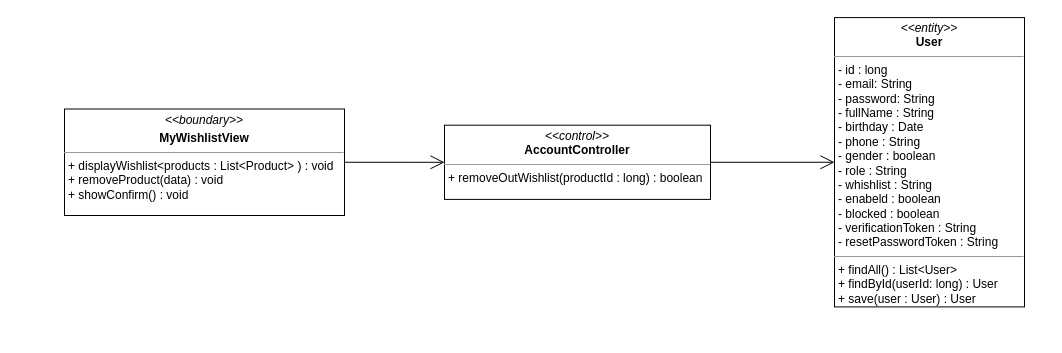
nguyenphamvan/datn_20202 keeps this draw.io diagram as class diagram/remove-product-to-wishlist.drawio. Above is the earlier version. Source tidied: cells renumbered, new cells numbered last; positions are measured from the earlier drawing's top-left corner, leaving out a move shared by most shapes. Both pictures are drawn from the tidied source at 100%, with x=0, y=0 at pixel (64, 17).
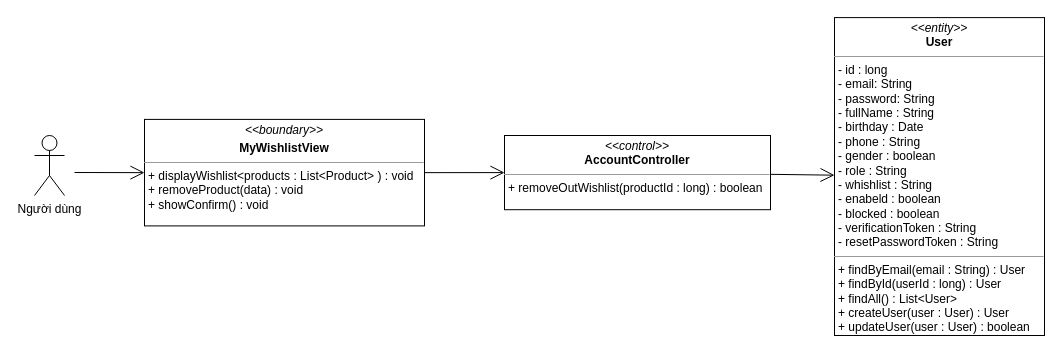
After the change.

Change to the diagram source:
```diff
@@
 <mxGraphModel>
   <root>
     <mxCell id="0" />
     <mxCell id="1" parent="0" />
     <mxCell id="2" value="&lt;p style=&quot;margin: 0px ; margin-top: 4px ; text-align: center&quot;&gt;&lt;i&gt;&amp;lt;&amp;lt;boundary&amp;gt;&amp;gt;&lt;/i&gt;&lt;/p&gt;&lt;p style=&quot;margin: 0px ; margin-top: 4px ; text-align: center&quot;&gt;&lt;b&gt;MyWishlistView&lt;/b&gt;&lt;/p&gt;&lt;hr size=&quot;1&quot;&gt;&lt;p style=&quot;margin: 0px ; margin-left: 4px&quot;&gt;&lt;span&gt;+ displayWishlist&amp;lt;products : List&amp;lt;Product&amp;gt; ) : void&lt;/span&gt;&lt;/p&gt;&lt;p style=&quot;margin: 0px ; margin-left: 4px&quot;&gt;&lt;span&gt;+ removeProduct(data) : void&lt;/span&gt;&lt;br&gt;&lt;/p&gt;&lt;p style=&quot;margin: 0px ; margin-left: 4px&quot;&gt;+ showConfirm() : void&lt;/p&gt;" style="verticalAlign=top;align=left;overflow=fill;fontSize=12;fontFamily=Helvetica;html=1;" parent="1" vertex="1">
-      <mxGeometry y="91.5" width="280" height="106.5" as="geometry" />
+      <mxGeometry x="80" y="101.9" width="280" height="106.5" as="geometry" />
     </mxCell>
     <mxCell id="3" value="&lt;p style=&quot;margin: 0px ; margin-top: 4px ; text-align: center&quot;&gt;&lt;i&gt;&amp;lt;&amp;lt;control&amp;gt;&amp;gt;&lt;/i&gt;&lt;br&gt;&lt;b&gt;AccountController&lt;/b&gt;&lt;/p&gt;&lt;hr size=&quot;1&quot;&gt;&lt;p style=&quot;margin: 0px ; margin-left: 4px&quot;&gt;&lt;span&gt;+ removeOutWishlist(productId : long) : boolean&lt;/span&gt;&lt;br&gt;&lt;/p&gt;" style="verticalAlign=top;align=left;overflow=fill;fontSize=12;fontFamily=Helvetica;html=1;" parent="1" vertex="1">
-      <mxGeometry x="380" y="107.7" width="266" height="74.2" as="geometry" />
+      <mxGeometry x="440" y="118" width="266" height="74.2" as="geometry" />
     </mxCell>
-    <mxCell id="4" value="&lt;p style=&quot;margin: 0px ; margin-top: 4px ; text-align: center&quot;&gt;&lt;i&gt;&amp;lt;&amp;lt;entity&amp;gt;&amp;gt;&lt;/i&gt;&lt;br&gt;&lt;b&gt;User&lt;/b&gt;&lt;/p&gt;&lt;hr size=&quot;1&quot;&gt;&lt;p style=&quot;margin: 0px ; margin-left: 4px&quot;&gt;- id : long&lt;/p&gt;&lt;p style=&quot;margin: 0px ; margin-left: 4px&quot;&gt;- email: String&lt;br&gt;- password: String&lt;/p&gt;&lt;p style=&quot;margin: 0px ; margin-left: 4px&quot;&gt;- fullName : String&lt;/p&gt;&lt;p style=&quot;margin: 0px ; margin-left: 4px&quot;&gt;- birthday : Date&lt;/p&gt;&lt;p style=&quot;margin: 0px ; margin-left: 4px&quot;&gt;- phone : String&lt;/p&gt;&lt;p style=&quot;margin: 0px ; margin-left: 4px&quot;&gt;- gender : boolean&lt;/p&gt;&lt;p style=&quot;margin: 0px ; margin-left: 4px&quot;&gt;- role : String&lt;/p&gt;&lt;p style=&quot;margin: 0px ; margin-left: 4px&quot;&gt;- whishlist : String&lt;/p&gt;&lt;p style=&quot;margin: 0px ; margin-left: 4px&quot;&gt;- enabeld : boolean&lt;/p&gt;&lt;p style=&quot;margin: 0px ; margin-left: 4px&quot;&gt;- blocked : boolean&lt;/p&gt;&lt;p style=&quot;margin: 0px ; margin-left: 4px&quot;&gt;- verificationToken : String&lt;/p&gt;&lt;p style=&quot;margin: 0px ; margin-left: 4px&quot;&gt;- resetPasswordToken : String&lt;/p&gt;&lt;hr size=&quot;1&quot;&gt;&lt;p style=&quot;margin: 0px ; margin-left: 4px&quot;&gt;+ findAll() : List&amp;lt;User&amp;gt;&lt;/p&gt;&lt;p style=&quot;margin: 0px ; margin-left: 4px&quot;&gt;+ findById(userId: long) : User&lt;br&gt;&lt;/p&gt;&lt;p style=&quot;margin: 0px ; margin-left: 4px&quot;&gt;+ save(user : User) : User&lt;/p&gt;" style="verticalAlign=top;align=left;overflow=fill;fontSize=12;fontFamily=Helvetica;html=1;" parent="1" vertex="1">
-      <mxGeometry x="770" y="0.1" width="190" height="289.3" as="geometry" />
+    <mxCell id="4" value="&lt;p style=&quot;margin: 0px ; margin-top: 4px ; text-align: center&quot;&gt;&lt;i&gt;&amp;lt;&amp;lt;entity&amp;gt;&amp;gt;&lt;/i&gt;&lt;br&gt;&lt;b&gt;User&lt;/b&gt;&lt;/p&gt;&lt;hr size=&quot;1&quot;&gt;&lt;p style=&quot;margin: 0px ; margin-left: 4px&quot;&gt;- id : long&lt;/p&gt;&lt;p style=&quot;margin: 0px ; margin-left: 4px&quot;&gt;- email: String&lt;br&gt;- password: String&lt;/p&gt;&lt;p style=&quot;margin: 0px ; margin-left: 4px&quot;&gt;- fullName : String&lt;/p&gt;&lt;p style=&quot;margin: 0px ; margin-left: 4px&quot;&gt;- birthday : Date&lt;/p&gt;&lt;p style=&quot;margin: 0px ; margin-left: 4px&quot;&gt;- phone : String&lt;/p&gt;&lt;p style=&quot;margin: 0px ; margin-left: 4px&quot;&gt;- gender : boolean&lt;/p&gt;&lt;p style=&quot;margin: 0px ; margin-left: 4px&quot;&gt;- role : String&lt;/p&gt;&lt;p style=&quot;margin: 0px ; margin-left: 4px&quot;&gt;- whishlist : String&lt;/p&gt;&lt;p style=&quot;margin: 0px ; margin-left: 4px&quot;&gt;- enabeld : boolean&lt;/p&gt;&lt;p style=&quot;margin: 0px ; margin-left: 4px&quot;&gt;- blocked : boolean&lt;/p&gt;&lt;p style=&quot;margin: 0px ; margin-left: 4px&quot;&gt;- verificationToken : String&lt;/p&gt;&lt;p style=&quot;margin: 0px ; margin-left: 4px&quot;&gt;- resetPasswordToken : String&lt;/p&gt;&lt;hr size=&quot;1&quot;&gt;&lt;p style=&quot;margin: 0px 0px 0px 4px&quot;&gt;+ findByEmail(email : String) : User&amp;nbsp;&lt;/p&gt;&lt;p style=&quot;margin: 0px 0px 0px 4px&quot;&gt;+ findById(userId : long) : User&lt;/p&gt;&lt;p style=&quot;margin: 0px 0px 0px 4px&quot;&gt;+ findAll() : List&amp;lt;User&amp;gt;&lt;/p&gt;&lt;p style=&quot;margin: 0px 0px 0px 4px&quot;&gt;+ createUser(user : User) : User&lt;/p&gt;&lt;p style=&quot;margin: 0px 0px 0px 4px&quot;&gt;+ updateUser(user : User) : boolean&lt;/p&gt;" style="verticalAlign=top;align=left;overflow=fill;fontSize=12;fontFamily=Helvetica;html=1;" parent="1" vertex="1">
+      <mxGeometry x="770" y="0.1" width="210" height="317.9" as="geometry" />
     </mxCell>
     <mxCell id="5" style="endArrow=open;endFill=1;endSize=12;html=1;entryX=0;entryY=0.5;entryDx=0;entryDy=0;exitX=1;exitY=0.5;exitDx=0;exitDy=0;" parent="1" edge="1" source="2" target="3">
       <mxGeometry relative="1" as="geometry" />
     </mxCell>
     <mxCell id="6" style="endArrow=open;endFill=1;endSize=12;html=1;" parent="1" edge="1" source="3" target="4">
       <mxGeometry relative="1" as="geometry" />
     </mxCell>
+    <mxCell id="7" value="Người dùng&lt;br&gt;" style="shape=umlActor;verticalLabelPosition=bottom;verticalAlign=top;html=1;" parent="1" vertex="1">
+      <mxGeometry x="-30" y="118" width="30" height="60" as="geometry" />
+    </mxCell>
+    <mxCell id="8" style="endArrow=open;endFill=1;endSize=12;html=1;entryX=0;entryY=0.5;entryDx=0;entryDy=0;" parent="1" edge="1" target="2">
+      <mxGeometry relative="1" as="geometry">
+        <mxPoint x="10" y="155" as="sourcePoint" />
+      </mxGeometry>
+    </mxCell>
   </root>
 </mxGraphModel>
```
